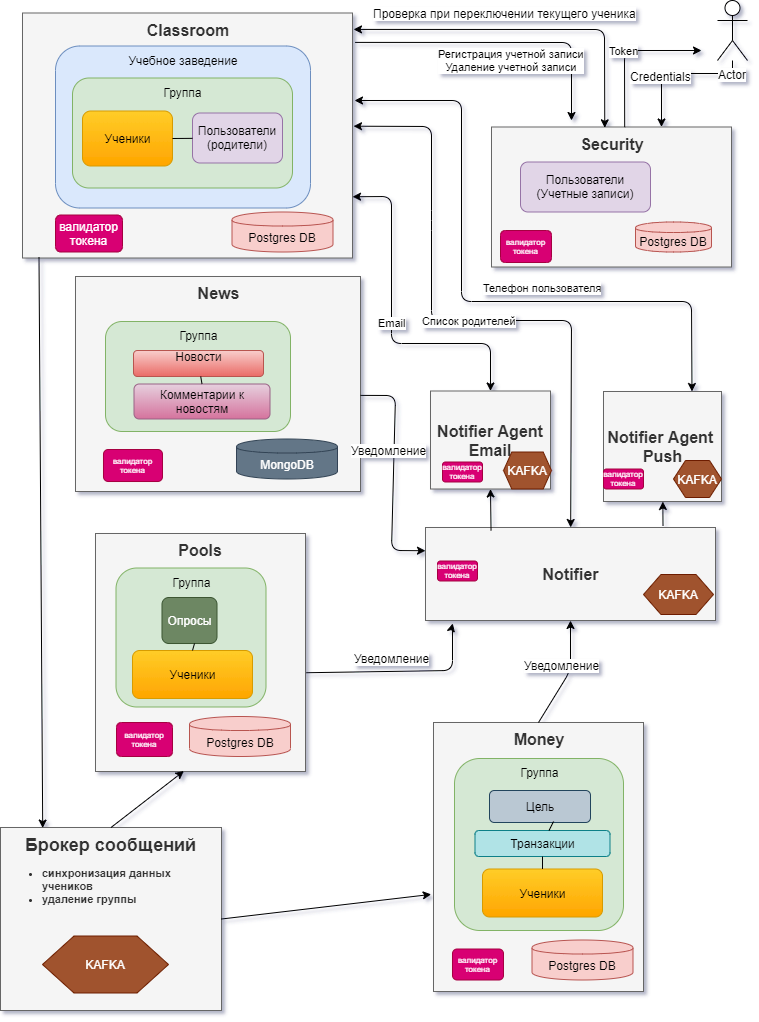
This is pics/parcom_hw3.png from pleshakoff/pc-root, a draw.io export, as it was before one commit. Source tidied: cells renumbered, new cells last; positions are measured from the earlier drawing's top-left corner, leaving out a move shared by most shapes.
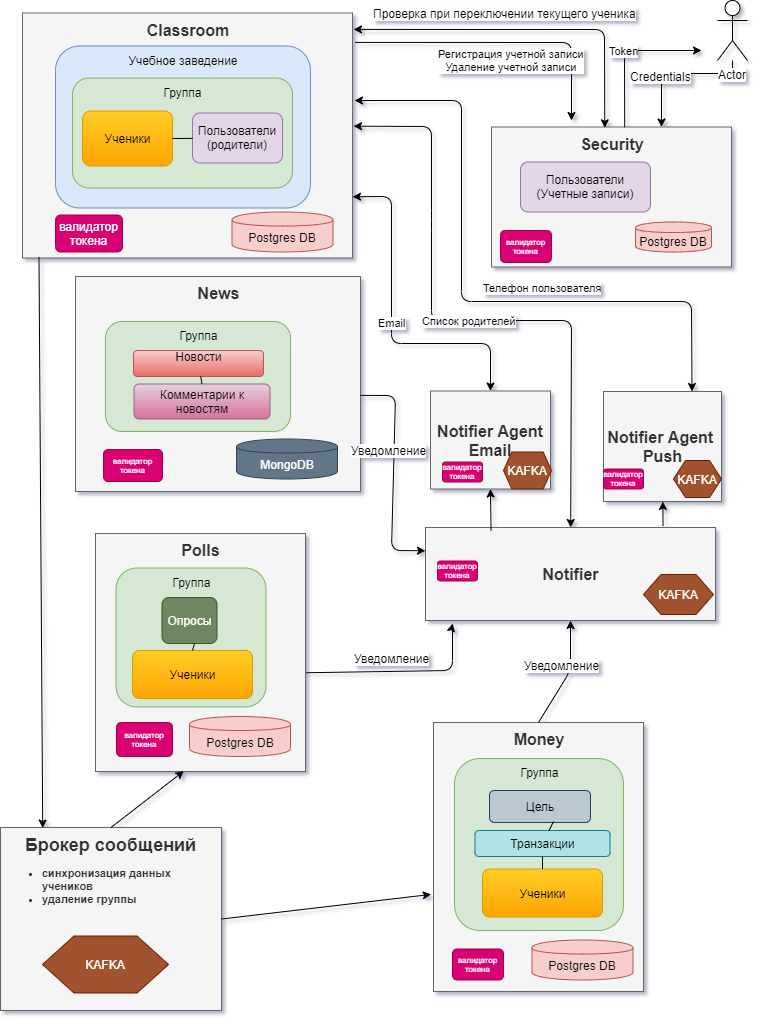
Above is the later version.

Diff of the diagram source:
```diff
@@ -126,7 +126,7 @@
     <mxCell id="31" value="валидатор токена" style="rounded=1;whiteSpace=wrap;html=1;fillColor=#d80073;strokeColor=#A50040;fontColor=#ffffff;fontSize=8;" parent="1" vertex="1">
       <mxGeometry x="103" y="449" width="59" height="32" as="geometry" />
     </mxCell>
-    <mxCell id="32" value="&lt;font style=&quot;font-size: 16px&quot;&gt;&lt;b&gt;Pools&lt;br&gt;&lt;/b&gt;&lt;/font&gt;" style="rounded=0;whiteSpace=wrap;html=1;glass=0;verticalAlign=top;fillColor=#f5f5f5;strokeColor=#666666;fontColor=#333333;" parent="1" vertex="1">
+    <mxCell id="32" value="&lt;font style=&quot;font-size: 16px&quot;&gt;&lt;b&gt;Polls&lt;br&gt;&lt;/b&gt;&lt;/font&gt;" style="rounded=0;whiteSpace=wrap;html=1;glass=0;verticalAlign=top;fillColor=#f5f5f5;strokeColor=#666666;fontColor=#333333;" parent="1" vertex="1">
       <mxGeometry x="95" y="533" width="210" height="238" as="geometry" />
     </mxCell>
     <mxCell id="33" value="Postgres DB" style="shape=cylinder;whiteSpace=wrap;html=1;boundedLbl=1;backgroundOutline=1;fillColor=#f8cecc;strokeColor=#b85450;" parent="1" vertex="1">
```
